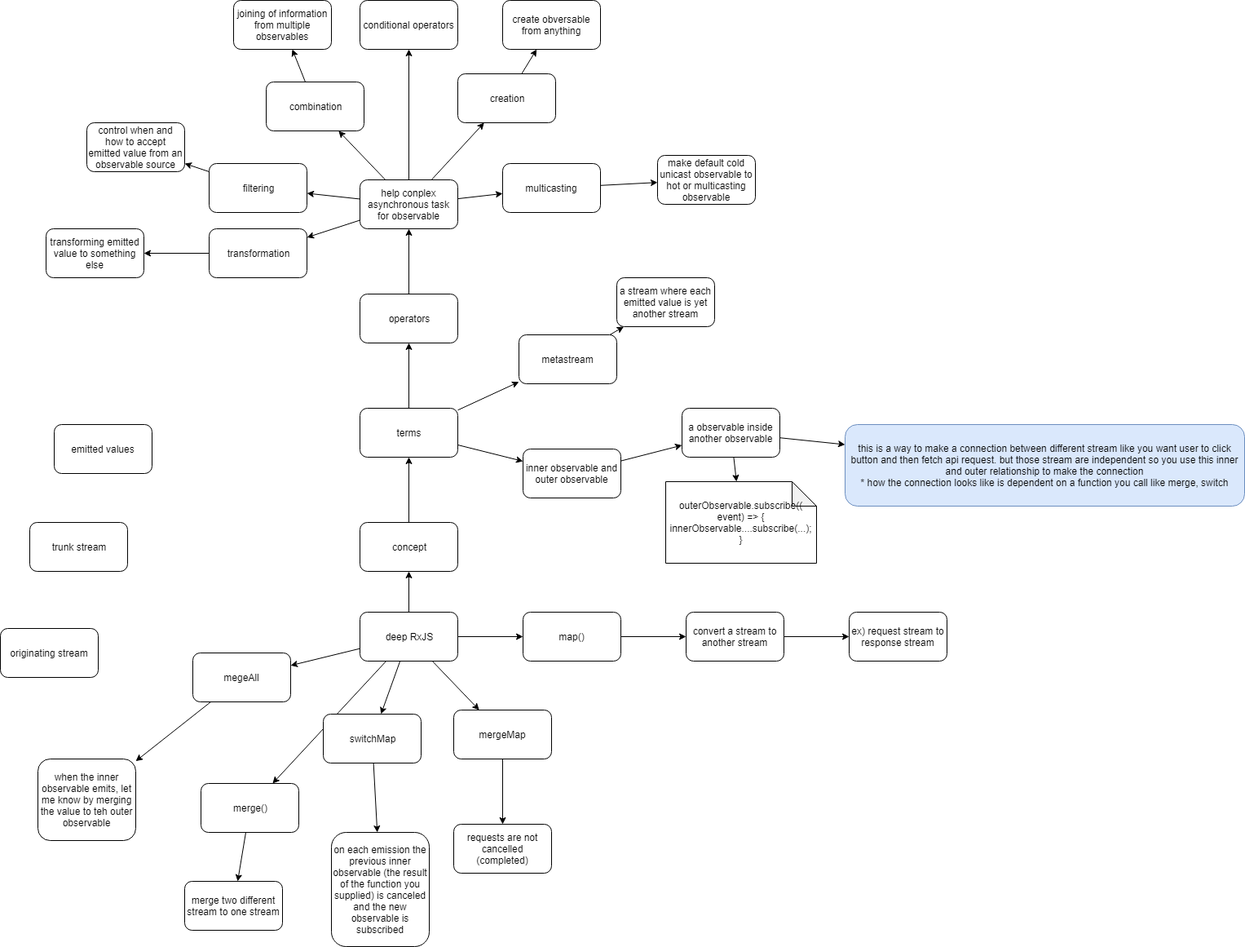
The draw.io diagram RxJS_deep_concept.PNG in stsiwo/js_concept, before a commit. Source tidied: cells renumbered, new cells last; positions are measured from the earlier drawing's top-left corner, leaving out a move shared by most shapes. Source of this version:
```xml
<mxGraphModel background="#FFFFFF">
  <root>
    <mxCell id="0" />
    <mxCell id="1" parent="0" />
    <mxCell id="2" style="rounded=0;jettySize=auto;html=1;" parent="1" edge="1" source="8" target="64">
      <mxGeometry relative="1" as="geometry" />
    </mxCell>
    <mxCell id="3" style="edgeStyle=none;rounded=0;jettySize=auto;html=1;" parent="1" edge="1" source="8" target="61">
      <mxGeometry relative="1" as="geometry" />
    </mxCell>
    <mxCell id="4" style="edgeStyle=none;rounded=0;jettySize=auto;html=1;" parent="1" edge="1" source="8" target="21">
      <mxGeometry relative="1" as="geometry" />
    </mxCell>
    <mxCell id="5" style="edgeStyle=none;rounded=0;jettySize=auto;html=1;" parent="1" edge="1" source="8" target="16">
      <mxGeometry relative="1" as="geometry" />
    </mxCell>
    <mxCell id="6" style="edgeStyle=none;rounded=0;jettySize=auto;html=1;" parent="1" edge="1" source="8" target="13">
      <mxGeometry relative="1" as="geometry" />
    </mxCell>
    <mxCell id="7" style="edgeStyle=none;rounded=0;jettySize=auto;html=1;" parent="1" edge="1" source="8" target="10">
      <mxGeometry relative="1" as="geometry" />
    </mxCell>
    <mxCell id="8" value="deep RxJS" style="rounded=1;whiteSpace=wrap;html=1;" parent="1" vertex="1">
      <mxGeometry x="441" y="750" width="120" height="60" as="geometry" />
    </mxCell>
    <mxCell id="9" style="edgeStyle=none;rounded=0;jettySize=auto;html=1;" parent="1" edge="1" source="10" target="11">
      <mxGeometry relative="1" as="geometry" />
    </mxCell>
    <mxCell id="10" value="megeAll" style="rounded=1;whiteSpace=wrap;html=1;" parent="1" vertex="1">
      <mxGeometry x="236" y="800" width="120" height="60" as="geometry" />
    </mxCell>
    <mxCell id="11" value="when the inner observable emits, let me know by merging the value to teh outer observable" style="rounded=1;whiteSpace=wrap;html=1;" parent="1" vertex="1">
      <mxGeometry x="46" y="930" width="120" height="100" as="geometry" />
    </mxCell>
    <mxCell id="12" style="edgeStyle=none;rounded=0;jettySize=auto;html=1;" parent="1" edge="1" source="13" target="14">
      <mxGeometry relative="1" as="geometry" />
    </mxCell>
    <mxCell id="13" value="merge()" style="rounded=1;whiteSpace=wrap;html=1;" parent="1" vertex="1">
      <mxGeometry x="246" y="960" width="120" height="60" as="geometry" />
    </mxCell>
    <mxCell id="14" value="merge two different stream to one stream" style="rounded=1;whiteSpace=wrap;html=1;" parent="1" vertex="1">
      <mxGeometry x="226" y="1080" width="120" height="60" as="geometry" />
    </mxCell>
    <mxCell id="15" style="edgeStyle=none;rounded=0;jettySize=auto;html=1;" parent="1" edge="1" source="16" target="18">
      <mxGeometry relative="1" as="geometry" />
    </mxCell>
    <mxCell id="16" value="map()" style="rounded=1;whiteSpace=wrap;html=1;" parent="1" vertex="1">
      <mxGeometry x="641" y="750" width="120" height="60" as="geometry" />
    </mxCell>
    <mxCell id="17" style="edgeStyle=none;rounded=0;jettySize=auto;html=1;" parent="1" edge="1" source="18" target="19">
      <mxGeometry relative="1" as="geometry" />
    </mxCell>
    <mxCell id="18" value="convert a stream to another stream" style="rounded=1;whiteSpace=wrap;html=1;" parent="1" vertex="1">
      <mxGeometry x="841" y="750" width="120" height="60" as="geometry" />
    </mxCell>
    <mxCell id="19" value="ex) request stream to response stream" style="rounded=1;whiteSpace=wrap;html=1;" parent="1" vertex="1">
      <mxGeometry x="1041" y="750" width="120" height="60" as="geometry" />
    </mxCell>
    <mxCell id="20" style="edgeStyle=none;rounded=0;jettySize=auto;html=1;" parent="1" edge="1" source="21" target="25">
      <mxGeometry relative="1" as="geometry" />
    </mxCell>
    <mxCell id="21" value="concept" style="rounded=1;whiteSpace=wrap;html=1;" parent="1" vertex="1">
      <mxGeometry x="441" y="640" width="120" height="60" as="geometry" />
    </mxCell>
    <mxCell id="22" style="edgeStyle=none;rounded=0;jettySize=auto;html=1;" parent="1" edge="1" source="25" target="36">
      <mxGeometry relative="1" as="geometry" />
    </mxCell>
    <mxCell id="23" style="edgeStyle=none;rounded=0;jettySize=auto;html=1;" parent="1" edge="1" source="25" target="33">
      <mxGeometry relative="1" as="geometry" />
    </mxCell>
    <mxCell id="24" style="edgeStyle=none;rounded=0;jettySize=auto;html=1;" parent="1" edge="1" source="25" target="27">
      <mxGeometry relative="1" as="geometry" />
    </mxCell>
    <mxCell id="25" value="terms" style="rounded=1;whiteSpace=wrap;html=1;" parent="1" vertex="1">
      <mxGeometry x="441" y="500" width="120" height="60" as="geometry" />
    </mxCell>
    <mxCell id="26" style="edgeStyle=none;rounded=0;jettySize=auto;html=1;" parent="1" edge="1" source="27" target="30">
      <mxGeometry relative="1" as="geometry" />
    </mxCell>
    <mxCell id="27" value="inner observable and outer observable" style="rounded=1;whiteSpace=wrap;html=1;" parent="1" vertex="1">
      <mxGeometry x="641" y="550" width="120" height="60" as="geometry" />
    </mxCell>
    <mxCell id="28" style="edgeStyle=none;rounded=0;jettySize=auto;html=1;" parent="1" edge="1" source="30" target="69">
      <mxGeometry relative="1" as="geometry" />
    </mxCell>
    <mxCell id="29" style="edgeStyle=none;rounded=0;jettySize=auto;html=1;" parent="1" edge="1" source="30" target="31">
      <mxGeometry relative="1" as="geometry" />
    </mxCell>
    <mxCell id="30" value="a observable inside another observable" style="rounded=1;whiteSpace=wrap;html=1;" parent="1" vertex="1">
      <mxGeometry x="836" y="500" width="120" height="60" as="geometry" />
    </mxCell>
    <mxCell id="31" value="this is a way to make a connection between different stream like you want user to click button and then fetch api request. but those stream are independent so you use this inner and outer relationship to make the connection&lt;br&gt;* how the connection looks like is dependent on a function you call like merge, switch&lt;br&gt;" style="rounded=1;whiteSpace=wrap;html=1;fillColor=#dae8fc;strokeColor=#6c8ebf;" parent="1" vertex="1">
      <mxGeometry x="1036" y="520" width="490" height="100" as="geometry" />
    </mxCell>
    <mxCell id="32" style="edgeStyle=none;rounded=0;jettySize=auto;html=1;" parent="1" edge="1" source="33" target="34">
      <mxGeometry relative="1" as="geometry" />
    </mxCell>
    <mxCell id="33" value="metastream" style="rounded=1;whiteSpace=wrap;html=1;" parent="1" vertex="1">
      <mxGeometry x="636" y="410" width="120" height="60" as="geometry" />
    </mxCell>
    <mxCell id="34" value="a stream where each emitted value is yet another stream" style="rounded=1;whiteSpace=wrap;html=1;" parent="1" vertex="1">
      <mxGeometry x="756" y="340" width="120" height="60" as="geometry" />
    </mxCell>
    <mxCell id="35" style="edgeStyle=none;rounded=0;jettySize=auto;html=1;" parent="1" edge="1" source="36" target="43">
      <mxGeometry relative="1" as="geometry" />
    </mxCell>
    <mxCell id="36" value="operators" style="rounded=1;whiteSpace=wrap;html=1;" parent="1" vertex="1">
      <mxGeometry x="441" y="360" width="120" height="60" as="geometry" />
    </mxCell>
    <mxCell id="37" style="edgeStyle=none;rounded=0;jettySize=auto;html=1;" parent="1" edge="1" source="43" target="58">
      <mxGeometry relative="1" as="geometry" />
    </mxCell>
    <mxCell id="38" style="edgeStyle=none;rounded=0;jettySize=auto;html=1;" parent="1" edge="1" source="43" target="56">
      <mxGeometry relative="1" as="geometry" />
    </mxCell>
    <mxCell id="39" style="edgeStyle=none;rounded=0;jettySize=auto;html=1;" parent="1" edge="1" source="43" target="54">
      <mxGeometry relative="1" as="geometry" />
    </mxCell>
    <mxCell id="40" style="edgeStyle=none;rounded=0;jettySize=auto;html=1;" parent="1" edge="1" source="43" target="51">
      <mxGeometry relative="1" as="geometry" />
    </mxCell>
    <mxCell id="41" style="edgeStyle=none;rounded=0;jettySize=auto;html=1;" parent="1" edge="1" source="43" target="48">
      <mxGeometry relative="1" as="geometry" />
    </mxCell>
    <mxCell id="42" style="edgeStyle=none;rounded=0;jettySize=auto;html=1;" parent="1" edge="1" source="43" target="45">
      <mxGeometry relative="1" as="geometry" />
    </mxCell>
    <mxCell id="43" value="help conplex asynchronous task for observable" style="rounded=1;whiteSpace=wrap;html=1;" parent="1" vertex="1">
      <mxGeometry x="441" y="220" width="120" height="60" as="geometry" />
    </mxCell>
    <mxCell id="44" style="edgeStyle=none;rounded=0;jettySize=auto;html=1;" parent="1" edge="1" source="45" target="46">
      <mxGeometry relative="1" as="geometry" />
    </mxCell>
    <mxCell id="45" value="transformation" style="rounded=1;whiteSpace=wrap;html=1;" parent="1" vertex="1">
      <mxGeometry x="256" y="280" width="120" height="60" as="geometry" />
    </mxCell>
    <mxCell id="46" value="transforming emitted value to something else" style="rounded=1;whiteSpace=wrap;html=1;" parent="1" vertex="1">
      <mxGeometry x="56" y="280" width="120" height="60" as="geometry" />
    </mxCell>
    <mxCell id="47" style="edgeStyle=none;rounded=0;jettySize=auto;html=1;" parent="1" edge="1" source="48" target="49">
      <mxGeometry relative="1" as="geometry" />
    </mxCell>
    <mxCell id="48" value="filtering" style="rounded=1;whiteSpace=wrap;html=1;" parent="1" vertex="1">
      <mxGeometry x="256" y="200" width="120" height="60" as="geometry" />
    </mxCell>
    <mxCell id="49" value="control when and how to accept emitted value from an observable source" style="rounded=1;whiteSpace=wrap;html=1;" parent="1" vertex="1">
      <mxGeometry x="106" y="150" width="120" height="60" as="geometry" />
    </mxCell>
    <mxCell id="50" style="edgeStyle=none;rounded=0;jettySize=auto;html=1;" parent="1" edge="1" source="51" target="52">
      <mxGeometry relative="1" as="geometry" />
    </mxCell>
    <mxCell id="51" value="multicasting" style="rounded=1;whiteSpace=wrap;html=1;" parent="1" vertex="1">
      <mxGeometry x="616" y="200" width="120" height="60" as="geometry" />
    </mxCell>
    <mxCell id="52" value="make default cold unicast observable to hot or multicasting observable" style="rounded=1;whiteSpace=wrap;html=1;" parent="1" vertex="1">
      <mxGeometry x="806" y="190" width="120" height="60" as="geometry" />
    </mxCell>
    <mxCell id="53" style="edgeStyle=none;rounded=0;jettySize=auto;html=1;" parent="1" edge="1" source="54" target="55">
      <mxGeometry relative="1" as="geometry" />
    </mxCell>
    <mxCell id="54" value="creation" style="rounded=1;whiteSpace=wrap;html=1;" parent="1" vertex="1">
      <mxGeometry x="561" y="90" width="120" height="60" as="geometry" />
    </mxCell>
    <mxCell id="55" value="create obversable from anything" style="rounded=1;whiteSpace=wrap;html=1;" parent="1" vertex="1">
      <mxGeometry x="616" width="120" height="60" as="geometry" />
    </mxCell>
    <mxCell id="56" value="conditional operators" style="rounded=1;whiteSpace=wrap;html=1;" parent="1" vertex="1">
      <mxGeometry x="441" width="120" height="60" as="geometry" />
    </mxCell>
    <mxCell id="57" style="edgeStyle=none;rounded=0;jettySize=auto;html=1;" parent="1" edge="1" source="58" target="59">
      <mxGeometry relative="1" as="geometry" />
    </mxCell>
    <mxCell id="58" value="combination" style="rounded=1;whiteSpace=wrap;html=1;" parent="1" vertex="1">
      <mxGeometry x="326" y="100" width="120" height="60" as="geometry" />
    </mxCell>
    <mxCell id="59" value="joining of information from multiple observables" style="rounded=1;whiteSpace=wrap;html=1;" parent="1" vertex="1">
      <mxGeometry x="286" width="120" height="60" as="geometry" />
    </mxCell>
    <mxCell id="60" style="edgeStyle=none;rounded=0;jettySize=auto;html=1;" parent="1" edge="1" source="61" target="62">
      <mxGeometry relative="1" as="geometry" />
    </mxCell>
    <mxCell id="61" value="mergeMap" style="rounded=1;whiteSpace=wrap;html=1;" parent="1" vertex="1">
      <mxGeometry x="556" y="870" width="120" height="60" as="geometry" />
    </mxCell>
    <mxCell id="62" value="requests are not cancelled (completed)" style="rounded=1;whiteSpace=wrap;html=1;" parent="1" vertex="1">
      <mxGeometry x="556" y="1010" width="120" height="60" as="geometry" />
    </mxCell>
    <mxCell id="63" style="edgeStyle=none;rounded=0;jettySize=auto;html=1;" parent="1" edge="1" source="64" target="65">
      <mxGeometry relative="1" as="geometry" />
    </mxCell>
    <mxCell id="64" value="switchMap" style="rounded=1;whiteSpace=wrap;html=1;" parent="1" vertex="1">
      <mxGeometry x="396" y="875" width="120" height="60" as="geometry" />
    </mxCell>
    <mxCell id="65" value="on each emission the previous inner observable (the result of the function you supplied) is canceled and the new observable is subscribed" style="rounded=1;whiteSpace=wrap;html=1;" parent="1" vertex="1">
      <mxGeometry x="406" y="1020" width="120" height="140" as="geometry" />
    </mxCell>
    <mxCell id="66" value="originating stream" style="rounded=1;whiteSpace=wrap;html=1;" parent="1" vertex="1">
      <mxGeometry y="770" width="120" height="60" as="geometry" />
    </mxCell>
    <mxCell id="67" value="trunk stream" style="rounded=1;whiteSpace=wrap;html=1;" parent="1" vertex="1">
      <mxGeometry x="36" y="640" width="120" height="60" as="geometry" />
    </mxCell>
    <mxCell id="68" value="emitted values" style="rounded=1;whiteSpace=wrap;html=1;" parent="1" vertex="1">
      <mxGeometry x="66" y="520" width="120" height="60" as="geometry" />
    </mxCell>
    <mxCell id="69" value="outerObservable.subscribe(( event) =&amp;gt; {&lt;br&gt;innerObservable....subscribe(...);&lt;br&gt;}" style="shape=note;whiteSpace=wrap;html=1;backgroundOutline=1;darkOpacity=0.05;" parent="1" vertex="1">
      <mxGeometry x="816" y="590" width="185" height="100" as="geometry" />
    </mxCell>
  </root>
</mxGraphModel>
```
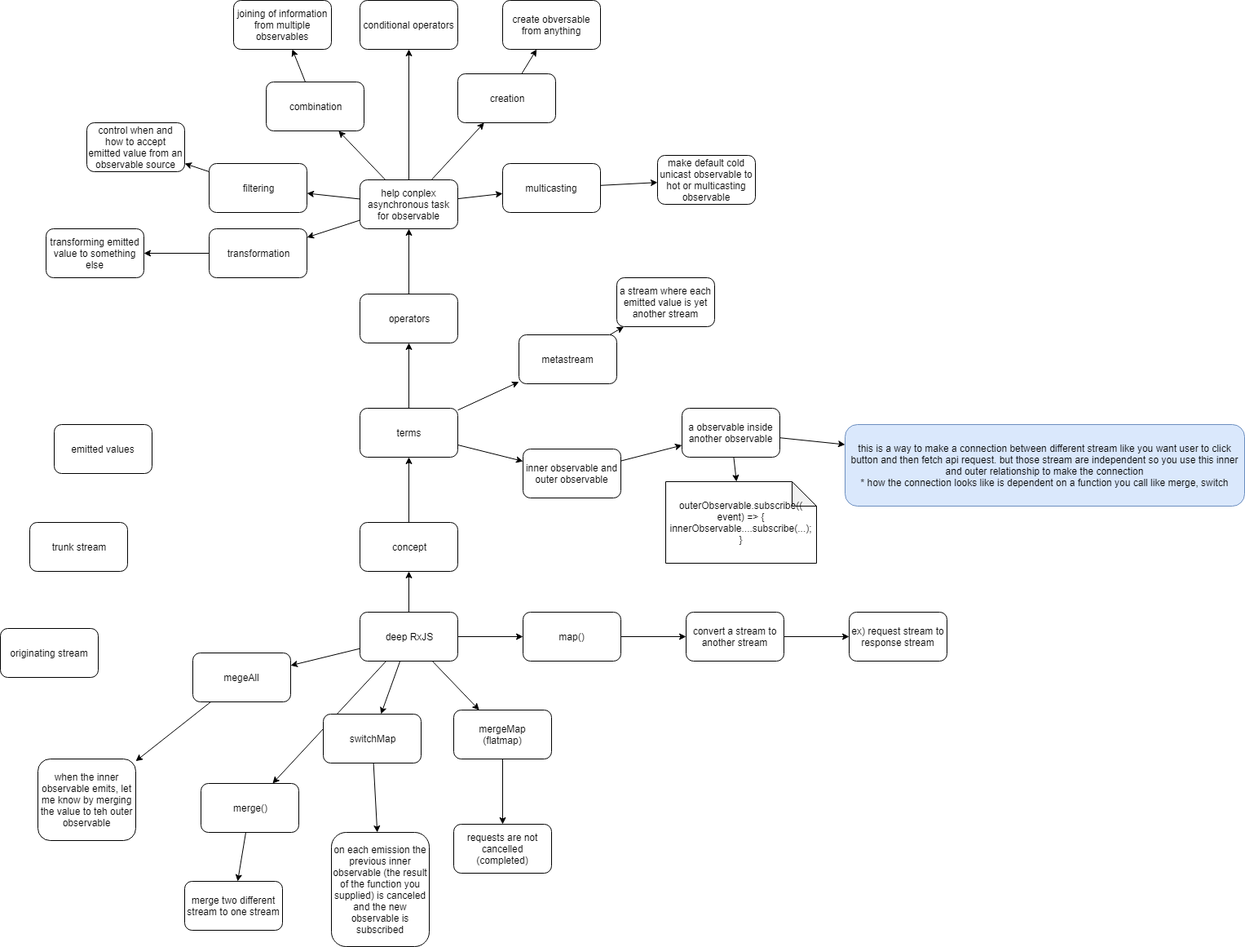
After the commit.

The edit, as a diff of the source:
```diff
@@ -179,7 +179,7 @@
     <mxCell id="60" style="edgeStyle=none;rounded=0;jettySize=auto;html=1;" parent="1" edge="1" source="61" target="62">
       <mxGeometry relative="1" as="geometry" />
     </mxCell>
-    <mxCell id="61" value="mergeMap" style="rounded=1;whiteSpace=wrap;html=1;" parent="1" vertex="1">
+    <mxCell id="61" value="mergeMap&lt;br&gt;(flatmap)&lt;br&gt;" style="rounded=1;whiteSpace=wrap;html=1;" parent="1" vertex="1">
       <mxGeometry x="556" y="870" width="120" height="60" as="geometry" />
     </mxCell>
     <mxCell id="62" value="requests are not cancelled (completed)" style="rounded=1;whiteSpace=wrap;html=1;" parent="1" vertex="1">
```
